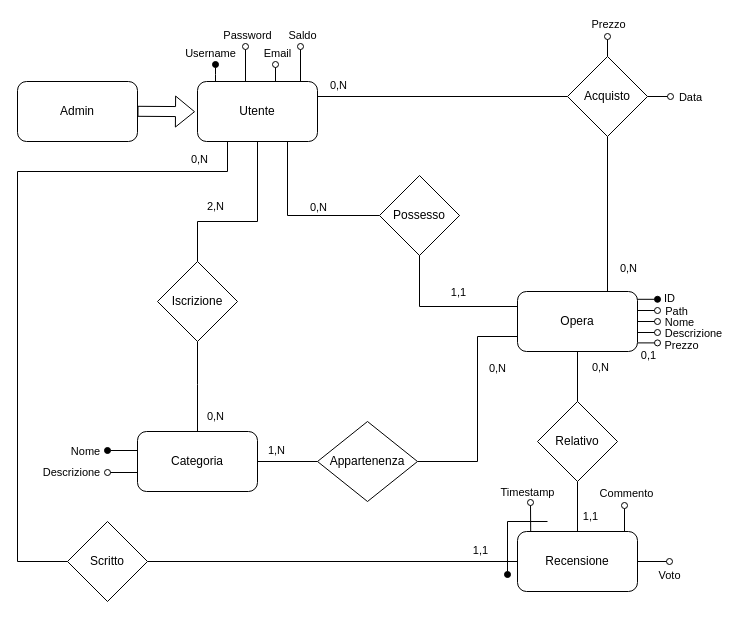
Above: page "Pagina-2" (1 of 3) of DB/schema_concettuale.drawio in Giuseppe5000/TecWeb (draw.io), before the change. Source tidied: cells renumbered, new cells numbered last; positions are measured from the earlier drawing's top-left corner, leaving out a move shared by most shapes. Both pictures are drawn from the tidied source at 100%, with x=0, y=0 at pixel (17, 36).
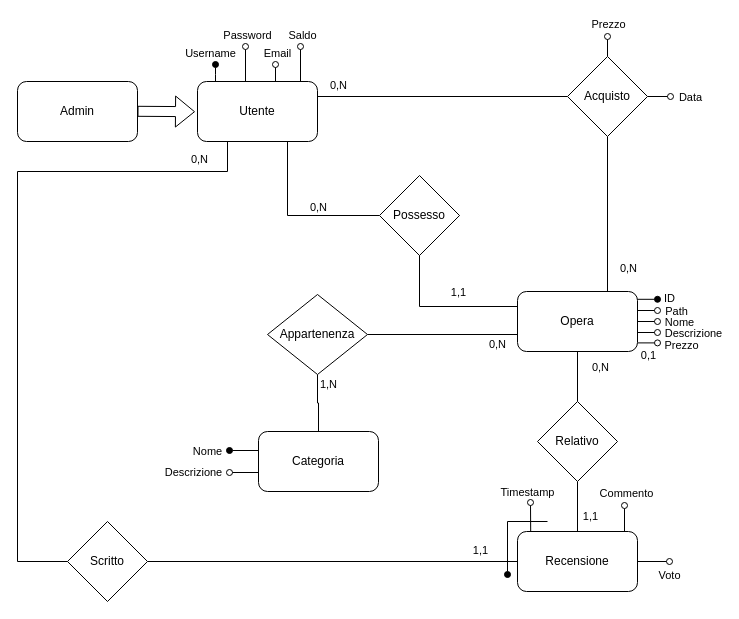
Above is the later version.

Commit message (it also covers changes not shown here):
rimossa relazione 'iscrizione' e messi nomi e descrizione delle opere in sql #68 #69

The change refers to these unchanged cells:
```xml
<mxCell id="5" value="Utente" style="rounded=1;whiteSpace=wrap;html=1;" parent="1" vertex="1">
  <mxGeometry x="180" y="45" width="120" height="60" as="geometry" />
</mxCell>
<mxCell id="23" value="Opera" style="rounded=1;whiteSpace=wrap;html=1;" parent="1" vertex="1">
  <mxGeometry x="500" y="255" width="120" height="60" as="geometry" />
</mxCell>
```

Change to the diagram source:
```diff
@@
-    <mxCell id="4" style="edgeStyle=orthogonalEdgeStyle;rounded=0;jettySize=auto;html=1;exitX=0.5;exitY=1;exitDx=0;exitDy=0;entryX=0.5;entryY=0;entryDx=0;entryDy=0;endArrow=none;endFill=0;" parent="1" edge="1" source="5" target="56">
-      <mxGeometry relative="1" as="geometry">
-        <Array as="points">
-          <mxPoint x="240" y="185" />
-          <mxPoint x="180" y="185" />
-        </Array>
-      </mxGeometry>
-    </mxCell>
@@
     <mxCell id="11" style="edgeStyle=orthogonalEdgeStyle;rounded=0;jettySize=auto;html=1;exitX=0;exitY=0.75;exitDx=0;exitDy=0;entryX=1;entryY=0.5;entryDx=0;entryDy=0;endArrow=none;endFill=0;" parent="1" edge="1" source="23" target="61">
       <mxGeometry relative="1" as="geometry">
         <Array as="points">
-          <mxPoint x="460" y="300" />
-          <mxPoint x="460" y="425" />
+          <mxPoint x="500" y="298" />
         </Array>
       </mxGeometry>
     </mxCell>
@@
     <mxCell id="49" style="edgeStyle=orthogonalEdgeStyle;rounded=0;orthogonalLoop=1;jettySize=auto;html=1;exitX=0;exitY=0.25;exitDx=0;exitDy=0;endArrow=oval;endFill=1;" parent="1" edge="1">
       <mxGeometry relative="1" as="geometry">
-        <mxPoint x="120" y="414" as="sourcePoint" />
-        <mxPoint x="90" y="414" as="targetPoint" />
+        <mxPoint x="242" y="414" as="sourcePoint" />
+        <mxPoint x="212" y="414" as="targetPoint" />
       </mxGeometry>
     </mxCell>
@@
     <mxCell id="51" style="edgeStyle=orthogonalEdgeStyle;rounded=0;orthogonalLoop=1;jettySize=auto;html=1;exitX=0;exitY=0.75;exitDx=0;exitDy=0;endArrow=oval;endFill=0;spacing=2;" parent="1" edge="1">
       <mxGeometry relative="1" as="geometry">
-        <mxPoint x="120" y="436" as="sourcePoint" />
-        <mxPoint x="90" y="436" as="targetPoint" />
+        <mxPoint x="242" y="436" as="sourcePoint" />
+        <mxPoint x="212" y="436" as="targetPoint" />
       </mxGeometry>
     </mxCell>
@@
     <mxCell id="53" value="Categoria" style="rounded=1;whiteSpace=wrap;html=1;" parent="1" vertex="1">
-      <mxGeometry x="120" y="395" width="120" height="60" as="geometry" />
+      <mxGeometry x="241" y="395" width="120" height="60" as="geometry" />
     </mxCell>
@@
-    <mxCell id="55" style="edgeStyle=orthogonalEdgeStyle;rounded=0;jettySize=auto;html=1;exitX=0.5;exitY=1;exitDx=0;exitDy=0;entryX=0.5;entryY=0;entryDx=0;entryDy=0;endArrow=none;endFill=0;" parent="1" edge="1" source="56" target="53">
-      <mxGeometry relative="1" as="geometry">
-        <Array as="points">
-          <mxPoint x="180" y="348" />
-          <mxPoint x="180" y="348" />
-        </Array>
-      </mxGeometry>
-    </mxCell>
-    <mxCell id="56" value="Iscrizione" style="rhombus;whiteSpace=wrap;html=1;" parent="1" vertex="1">
-      <mxGeometry x="140" y="225" width="80" height="80" as="geometry" />
-    </mxCell>
@@
-    <mxCell id="58" value="2,N" style="edgeLabel;html=1;align=center;verticalAlign=middle;" parent="1" vertex="1">
-      <mxGeometry x="130" y="95" as="geometry">
-        <mxPoint x="67" y="74" as="offset" />
-      </mxGeometry>
-    </mxCell>
-    <mxCell id="59" value="0,N" style="edgeLabel;html=1;align=center;verticalAlign=middle;" parent="1" vertex="1">
-      <mxGeometry x="130" y="305" as="geometry">
-        <mxPoint x="67" y="74" as="offset" />
-      </mxGeometry>
-    </mxCell>
-    <mxCell id="60" style="edgeStyle=orthogonalEdgeStyle;rounded=0;jettySize=auto;html=1;exitX=0;exitY=0.5;exitDx=0;exitDy=0;entryX=1;entryY=0.5;entryDx=0;entryDy=0;endArrow=none;endFill=0;" parent="1" edge="1" source="61" target="53">
+    <mxCell id="60" style="edgeStyle=orthogonalEdgeStyle;rounded=0;jettySize=auto;html=1;exitX=0.5;exitY=1;exitDx=0;exitDy=0;entryX=0.5;entryY=0;entryDx=0;entryDy=0;endArrow=none;endFill=0;" parent="1" edge="1" source="61" target="53">
       <mxGeometry relative="1" as="geometry" />
     </mxCell>
     <mxCell id="61" value="Appartenenza" style="rhombus;whiteSpace=wrap;html=1;" parent="1" vertex="1">
-      <mxGeometry x="300" y="385" width="100" height="80" as="geometry" />
+      <mxGeometry x="250" y="258" width="100" height="80" as="geometry" />
     </mxCell>
     <mxCell id="62" value="0,N" style="edgeLabel;html=1;align=center;verticalAlign=middle;" parent="1" vertex="1">
-      <mxGeometry x="471" y="233" as="geometry">
+      <mxGeometry x="471" y="209" as="geometry">
         <mxPoint x="8" y="98" as="offset" />
       </mxGeometry>
     </mxCell>
     <mxCell id="63" value="1,N" style="edgeLabel;html=1;align=center;verticalAlign=middle;" parent="1" vertex="1">
-      <mxGeometry x="250" y="315" as="geometry">
+      <mxGeometry x="302" y="249" as="geometry">
         <mxPoint x="8" y="98" as="offset" />
       </mxGeometry>
     </mxCell>
```
